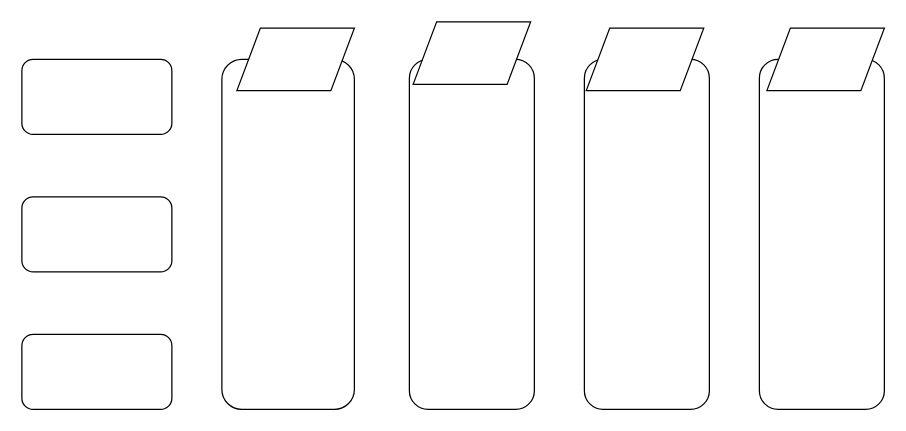
This is bigdataFrame.drawio from lzdong0714/note, a draw.io file, before an edit. Source tidied: cells renumbered, new cells numbered last; positions are measured from the earlier drawing's top-left corner, leaving out a move shared by most shapes. Both pictures are drawn from the tidied source at 125%, with x=0, y=0 at pixel (21, 21).
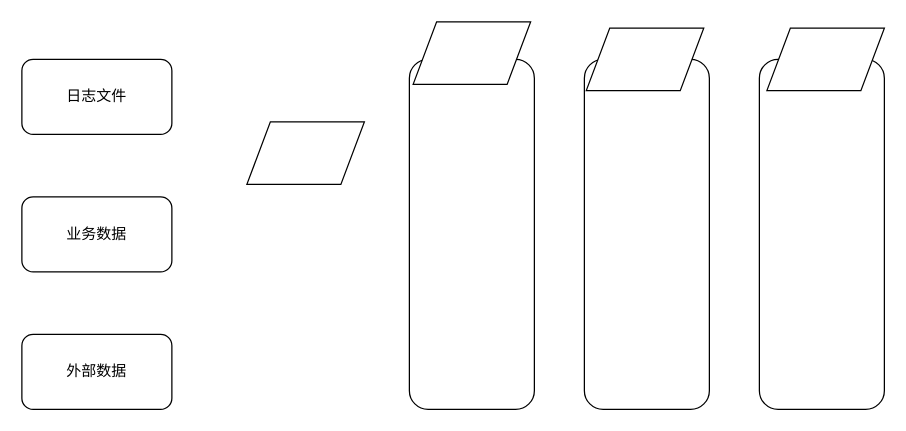
After the change.

What changed in the source:
```diff
@@
 <mxGraphModel>
   <root>
     <mxCell id="0" />
     <mxCell id="1" parent="0" />
-    <mxCell id="2" style="rounded=1;whiteSpace=wrap;html=1;" parent="1" vertex="1">
+    <mxCell id="2" value="日志文件" style="rounded=1;whiteSpace=wrap;html=1;" parent="1" vertex="1">
       <mxGeometry y="30" width="120" height="60" as="geometry" />
     </mxCell>
-    <mxCell id="3" style="rounded=1;whiteSpace=wrap;html=1;" parent="1" vertex="1">
+    <mxCell id="3" value="业务数据" style="rounded=1;whiteSpace=wrap;html=1;" parent="1" vertex="1">
       <mxGeometry y="140" width="120" height="60" as="geometry" />
     </mxCell>
-    <mxCell id="4" style="rounded=1;whiteSpace=wrap;html=1;" parent="1" vertex="1">
+    <mxCell id="4" value="外部数据" style="rounded=1;whiteSpace=wrap;html=1;" parent="1" vertex="1">
       <mxGeometry y="250" width="120" height="60" as="geometry" />
     </mxCell>
-    <mxCell id="5" style="rounded=1;whiteSpace=wrap;html=1;" parent="1" vertex="1">
-      <mxGeometry x="160" y="30" width="106" height="280" as="geometry" />
-    </mxCell>
     <mxCell id="6" style="rounded=1;whiteSpace=wrap;html=1;" parent="1" vertex="1">
       <mxGeometry x="310" y="30" width="100" height="280" as="geometry" />
     </mxCell>
     <mxCell id="7" style="rounded=1;whiteSpace=wrap;html=1;" parent="1" vertex="1">
       <mxGeometry x="450" y="30" width="100" height="280" as="geometry" />
     </mxCell>
     <mxCell id="8" style="rounded=1;whiteSpace=wrap;html=1;" parent="1" vertex="1">
       <mxGeometry x="590" y="30" width="100" height="280" as="geometry" />
     </mxCell>
     <mxCell id="9" style="shape=parallelogram;perimeter=parallelogramPerimeter;whiteSpace=wrap;html=1;" parent="1" vertex="1">
-      <mxGeometry x="172" y="5" width="94" height="50" as="geometry" />
+      <mxGeometry x="180" y="80" width="94" height="50" as="geometry" />
     </mxCell>
     <mxCell id="10" style="shape=parallelogram;perimeter=parallelogramPerimeter;whiteSpace=wrap;html=1;" parent="1" vertex="1">
       <mxGeometry x="313" width="94" height="50" as="geometry" />
     </mxCell>
     <mxCell id="11" style="shape=parallelogram;perimeter=parallelogramPerimeter;whiteSpace=wrap;html=1;" parent="1" vertex="1">
       <mxGeometry x="451.5" y="5" width="94" height="50" as="geometry" />
     </mxCell>
     <mxCell id="12" style="shape=parallelogram;perimeter=parallelogramPerimeter;whiteSpace=wrap;html=1;" parent="1" vertex="1">
       <mxGeometry x="596" y="5" width="94" height="50" as="geometry" />
     </mxCell>
   </root>
 </mxGraphModel>
```
